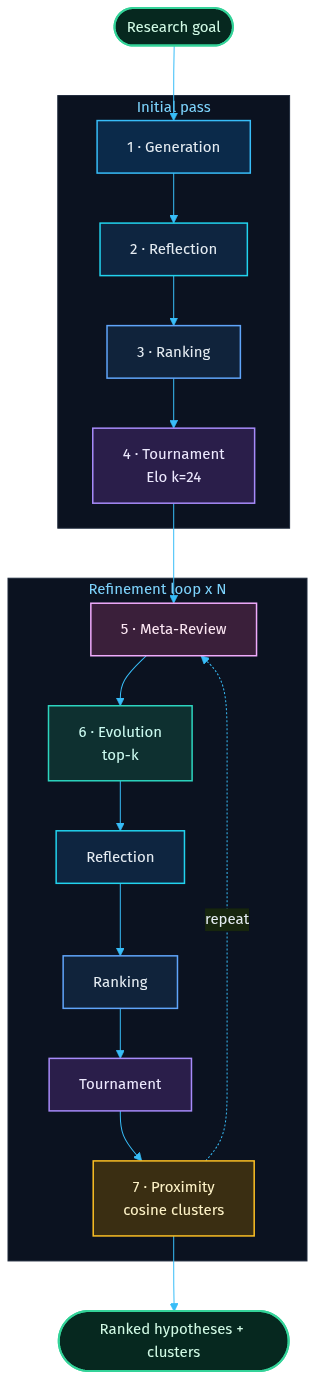
Earlier version of the Mermaid export docs/assets/pipeline.png (iksnae/coscientist-mlx). Its source is kept beside it as docs/assets/pipeline.mmd. Source of this version:
```mermaid
%%{init: {'theme':'base','themeVariables':{'background':'#070b14','primaryColor':'#0e1726','primaryTextColor':'#e6edf3','primaryBorderColor':'#22d3ee','lineColor':'#38bdf8','fontFamily':'Inter,Helvetica,sans-serif','fontSize':'15px','clusterBkg':'#0b1220','clusterBorder':'#1e293b','titleColor':'#7dd3fc'}}}%%
flowchart TB
    goal(["Research goal"]):::io --> G

    subgraph SEED["Initial pass"]
        direction TB
        G["1 · Generation"]:::gen --> R["2 · Reflection"]:::rev
        R --> K["3 · Ranking"]:::rank
        K --> T["4 · Tournament<br/>Elo k=24"]:::tour
    end

    T --> META

    subgraph LOOP["Refinement loop x N"]
        direction TB
        META["5 · Meta-Review"]:::meta --> E["6 · Evolution<br/>top-k"]:::evo
        E --> R2["Reflection"]:::rev
        R2 --> K2["Ranking"]:::rank
        K2 --> T2["Tournament"]:::tour
        T2 --> P["7 · Proximity<br/>cosine clusters"]:::prox
    end

    P -. repeat .-> META
    P --> OUT(["Ranked hypotheses + clusters"]):::io

    classDef io fill:#06281f,stroke:#34d399,color:#d1fae5,stroke-width:2px;
    classDef gen fill:#0b2a4a,stroke:#38bdf8,color:#e6edf3,stroke-width:1.5px;
    classDef rev fill:#0e2540,stroke:#22d3ee,color:#e6edf3,stroke-width:1.5px;
    classDef rank fill:#10233b,stroke:#60a5fa,color:#e6edf3,stroke-width:1.5px;
    classDef tour fill:#2a1e4a,stroke:#a78bfa,color:#ede9fe,stroke-width:1.5px;
    classDef meta fill:#3a1f3a,stroke:#f0abfc,color:#fce7f3,stroke-width:1.5px;
    classDef evo fill:#0e3030,stroke:#2dd4bf,color:#ccfbf1,stroke-width:1.5px;
    classDef prox fill:#3a2e12,stroke:#fbbf24,color:#fef3c7,stroke-width:1.5px;
    classDef ghost fill:transparent,stroke:transparent,color:#94a3b8;
```
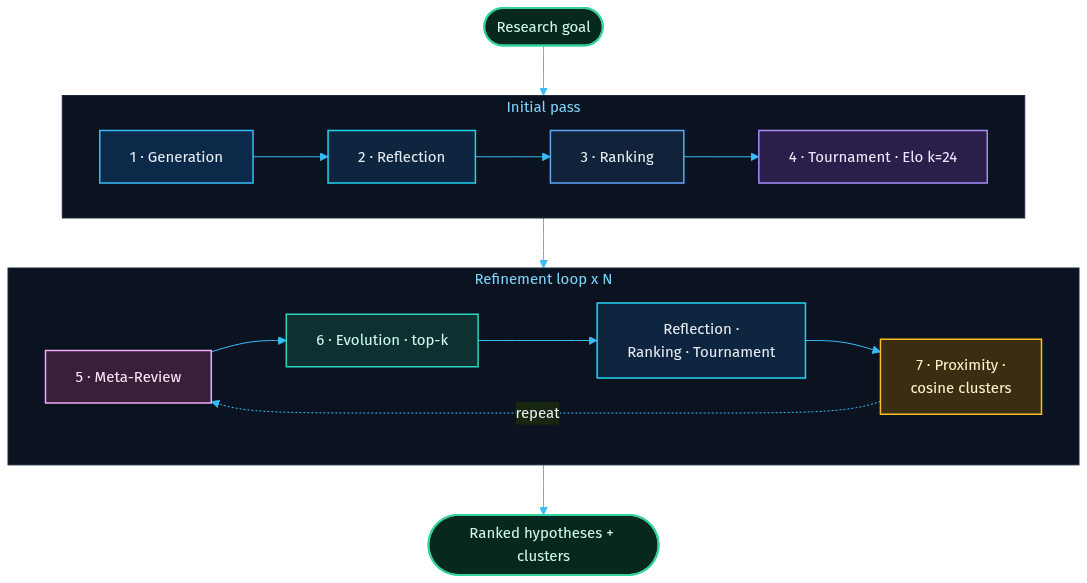
The same diagram one commit later.

Change to the diagram source:
```diff
@@ -1,27 +1,22 @@
 %%{init: {'theme':'base','themeVariables':{'background':'#070b14','primaryColor':'#0e1726','primaryTextColor':'#e6edf3','primaryBorderColor':'#22d3ee','lineColor':'#38bdf8','fontFamily':'Inter,Helvetica,sans-serif','fontSize':'15px','clusterBkg':'#0b1220','clusterBorder':'#1e293b','titleColor':'#7dd3fc'}}}%%
 flowchart TB
-    goal(["Research goal"]):::io --> G
+    goal(["Research goal"]):::io
+    goal --> SEED
 
     subgraph SEED["Initial pass"]
-        direction TB
-        G["1 · Generation"]:::gen --> R["2 · Reflection"]:::rev
-        R --> K["3 · Ranking"]:::rank
-        K --> T["4 · Tournament<br/>Elo k=24"]:::tour
+        direction LR
+        G["1 · Generation"]:::gen --> R["2 · Reflection"]:::rev --> K["3 · Ranking"]:::rank --> T["4 · Tournament · Elo k=24"]:::tour
     end
 
-    T --> META
+    SEED --> LOOP
 
     subgraph LOOP["Refinement loop x N"]
-        direction TB
-        META["5 · Meta-Review"]:::meta --> E["6 · Evolution<br/>top-k"]:::evo
-        E --> R2["Reflection"]:::rev
-        R2 --> K2["Ranking"]:::rank
-        K2 --> T2["Tournament"]:::tour
-        T2 --> P["7 · Proximity<br/>cosine clusters"]:::prox
+        direction LR
+        META["5 · Meta-Review"]:::meta --> E["6 · Evolution · top-k"]:::evo --> RR["Reflection ·<br/>Ranking · Tournament"]:::rev --> P["7 · Proximity ·<br/>cosine clusters"]:::prox
+        P -. repeat .-> META
     end
 
-    P -. repeat .-> META
-    P --> OUT(["Ranked hypotheses + clusters"]):::io
+    LOOP --> OUT(["Ranked hypotheses + clusters"]):::io
 
     classDef io fill:#06281f,stroke:#34d399,color:#d1fae5,stroke-width:2px;
     classDef gen fill:#0b2a4a,stroke:#38bdf8,color:#e6edf3,stroke-width:1.5px;
@@ -31,4 +26,3 @@
     classDef meta fill:#3a1f3a,stroke:#f0abfc,color:#fce7f3,stroke-width:1.5px;
     classDef evo fill:#0e3030,stroke:#2dd4bf,color:#ccfbf1,stroke-width:1.5px;
     classDef prox fill:#3a2e12,stroke:#fbbf24,color:#fef3c7,stroke-width:1.5px;
-    classDef ghost fill:transparent,stroke:transparent,color:#94a3b8;
```
